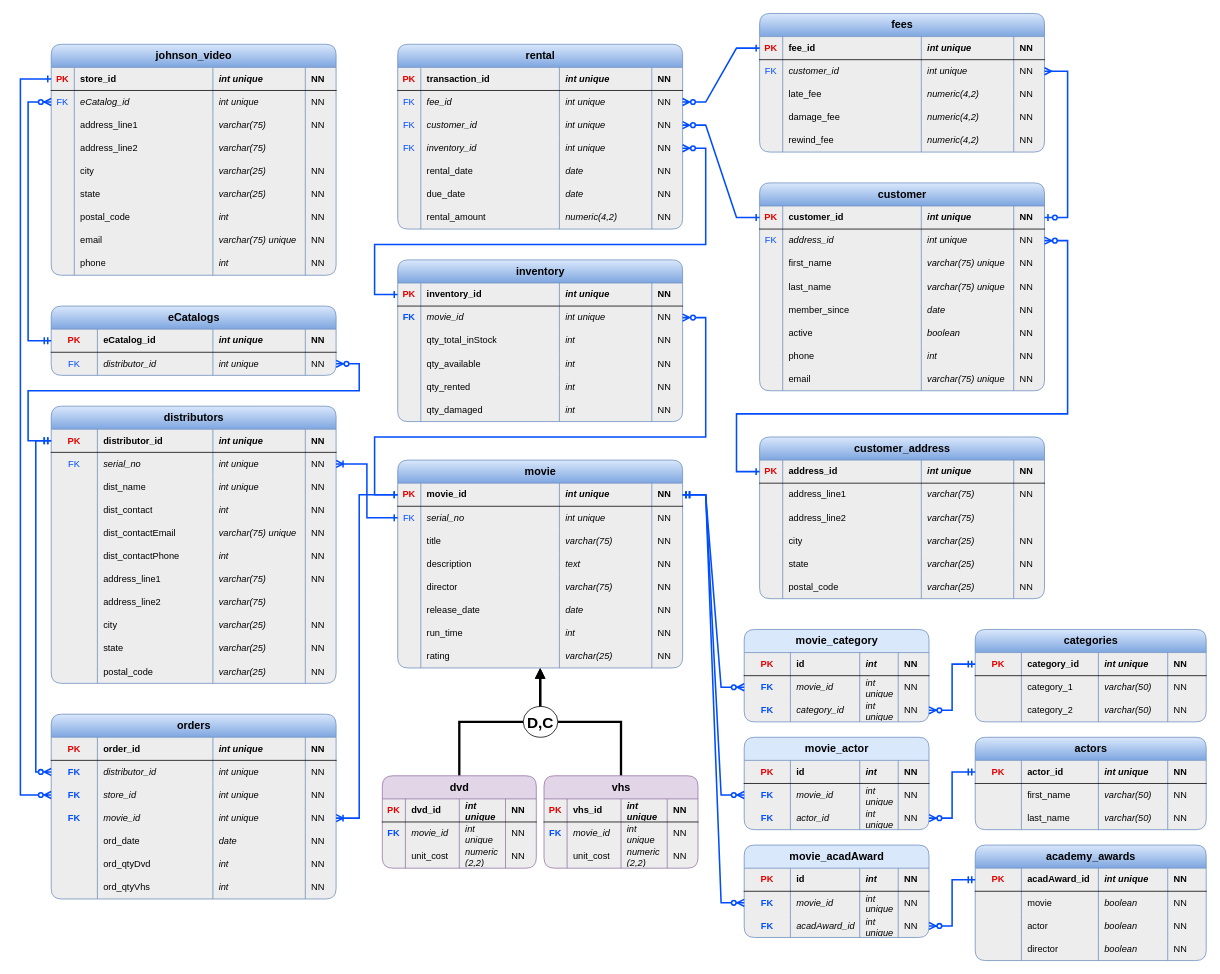
This is mis407-ct4-portfolio-milestone.drawio from argounova/draw-io, a draw.io file, before an edit. Source tidied: cells renumbered, new cells numbered last; positions are measured from the earlier drawing's top-left corner, leaving out a move shared by most shapes. Both pictures are drawn from the tidied source at 77%, with x=0, y=0 at pixel (20, 13).
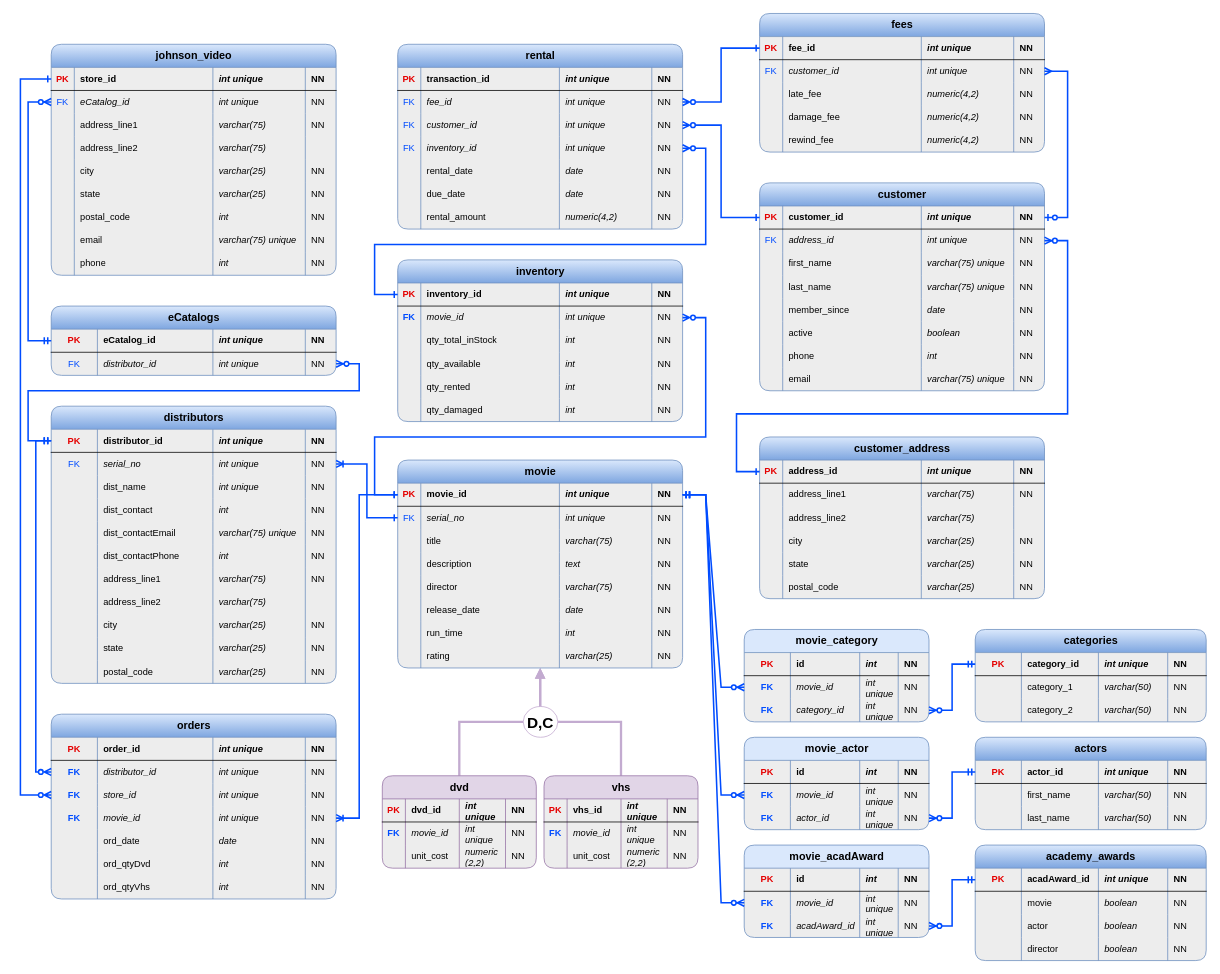
Above is the later version.

Unchanged cells that the change refers to:
```xml
<mxCell id="8" style="shape=tableRow;horizontal=0;startSize=0;swimlaneHead=0;swimlaneBody=0;fillColor=none;points=[[0,0.5],[1,0.5]];portConstraint=eastwest;top=0;left=0;right=0;bottom=0;" parent="2" vertex="1">
  <mxGeometry y="60" width="370" height="30" as="geometry" />
</mxCell>
<mxCell id="13" style="shape=tableRow;horizontal=0;startSize=0;swimlaneHead=0;swimlaneBody=0;fillColor=none;points=[[0,0.5],[1,0.5]];portConstraint=eastwest;top=0;left=0;right=0;bottom=0;" parent="2" vertex="1">
  <mxGeometry y="90" width="370" height="30" as="geometry" />
</mxCell>
<mxCell id="50" style="shape=tableRow;horizontal=0;startSize=0;swimlaneHead=0;swimlaneBody=0;fillColor=none;points=[[0,0.5],[1,0.5]];portConstraint=eastwest;top=0;left=0;right=0;bottom=1;" parent="49" vertex="1">
  <mxGeometry y="30" width="370" height="30" as="geometry" />
</mxCell>
<mxCell id="92" value="movie" style="shape=table;startSize=30;childLayout=tableLayout;rowLines=0;fontStyle=1;align=center;html=1;fontSize=14;fillColor=#dae8fc;gradientColor=#7ea6e0;strokeColor=#6c8ebf;swimlaneFillColor=#EDEDED;rounded=1;shadow=0;" parent="1" vertex="1">
  <mxGeometry x="490" y="580" width="370" height="270" as="geometry" />
</mxCell>
<mxCell id="190" value="dvd" style="shape=table;startSize=30;childLayout=tableLayout;rowLines=0;fontStyle=1;align=center;html=1;fontSize=14;fillColor=#e1d5e7;strokeColor=#9673a6;swimlaneFillColor=#EDEDED;rounded=1;shadow=0;" parent="1" vertex="1">
  <mxGeometry x="470" y="990" width="200" height="120" as="geometry" />
</mxCell>
<mxCell id="206" value="vhs" style="shape=table;startSize=30;childLayout=tableLayout;rowLines=0;fontStyle=1;align=center;html=1;fontSize=14;fillColor=#e1d5e7;strokeColor=#9673a6;swimlaneFillColor=#EDEDED;rounded=1;shadow=0;" parent="1" vertex="1">
  <mxGeometry x="680" y="990" width="200" height="120" as="geometry" />
</mxCell>
<mxCell id="397" style="shape=tableRow;horizontal=0;startSize=0;swimlaneHead=0;swimlaneBody=0;fillColor=none;points=[[0,0.5],[1,0.5]];portConstraint=eastwest;top=0;left=0;right=0;bottom=1;" parent="396" vertex="1">
  <mxGeometry y="30" width="370" height="30" as="geometry" />
</mxCell>
<mxCell id="402" style="shape=tableRow;horizontal=0;startSize=0;swimlaneHead=0;swimlaneBody=0;fillColor=none;points=[[0,0.5],[1,0.5]];portConstraint=eastwest;top=0;left=0;right=0;bottom=0;" parent="396" vertex="1">
  <mxGeometry y="60" width="370" height="30" as="geometry" />
</mxCell>
```

Diff of the diagram source:
```diff
@@
-    <mxCell id="90" style="edgeStyle=orthogonalEdgeStyle;rounded=0;jettySize=auto;html=1;entryX=0.5;entryY=0;entryDx=0;entryDy=0;strokeWidth=3;startArrow=block;startFill=1;endArrow=none;endFill=0;" parent="1" edge="1" source="92" target="190">
+    <mxCell id="90" style="edgeStyle=orthogonalEdgeStyle;rounded=0;jettySize=auto;html=1;entryX=0.5;entryY=0;entryDx=0;entryDy=0;strokeWidth=3;startArrow=block;startFill=1;endArrow=none;endFill=0;strokeColor=#C3ABD0;" parent="1" edge="1" source="92" target="190">
       <mxGeometry relative="1" as="geometry" />
     </mxCell>
-    <mxCell id="91" style="edgeStyle=orthogonalEdgeStyle;rounded=0;jettySize=auto;html=1;entryX=0.5;entryY=0;entryDx=0;entryDy=0;startArrow=block;startFill=1;endArrow=none;endFill=0;strokeWidth=3;" parent="1" edge="1" source="92" target="206">
+    <mxCell id="91" style="edgeStyle=orthogonalEdgeStyle;rounded=0;jettySize=auto;html=1;entryX=0.5;entryY=0;entryDx=0;entryDy=0;startArrow=block;startFill=1;endArrow=none;endFill=0;strokeWidth=3;strokeColor=#C3ABD0;" parent="1" edge="1" source="92" target="206">
       <mxGeometry relative="1" as="geometry" />
     </mxCell>
@@
-    <mxCell id="222" value="&lt;b&gt;&lt;font style=&quot;font-size: 20px;&quot;&gt;D,C&lt;/font&gt;&lt;/b&gt;" style="ellipse;whiteSpace=wrap;html=1;align=center;" parent="1" vertex="1">
+    <mxCell id="222" value="&lt;b&gt;&lt;font style=&quot;font-size: 20px;&quot;&gt;D,C&lt;/font&gt;&lt;/b&gt;" style="ellipse;whiteSpace=wrap;html=1;align=center;strokeColor=#C3ABD0;" parent="1" vertex="1">
       <mxGeometry x="653" y="900" width="45" height="40" as="geometry" />
     </mxCell>
@@
-    <mxCell id="363" style="edgeStyle=entityRelationEdgeStyle;fontSize=12;html=1;endArrow=ERone;endFill=1;rounded=0;strokeWidth=2;strokeColor=#004CFF;entryX=0;entryY=0.5;entryDx=0;entryDy=0;exitX=1;exitY=0.5;exitDx=0;exitDy=0;startArrow=ERzeroToMany;startFill=0;" parent="1" edge="1" source="13" target="50">
+    <mxCell id="363" style="edgeStyle=orthogonalEdgeStyle;fontSize=12;html=1;endArrow=ERone;endFill=1;rounded=0;strokeWidth=2;strokeColor=#004CFF;entryX=0;entryY=0.5;entryDx=0;entryDy=0;exitX=1;exitY=0.5;exitDx=0;exitDy=0;startArrow=ERzeroToMany;startFill=0;" parent="1" edge="1" source="13" target="50">
       <mxGeometry relative="1" as="geometry" />
     </mxCell>
@@
-    <mxCell id="422" style="edgeStyle=entityRelationEdgeStyle;fontSize=12;html=1;endArrow=ERone;endFill=1;rounded=0;strokeWidth=2;strokeColor=#004CFF;entryX=0;entryY=0.5;entryDx=0;entryDy=0;exitX=1;exitY=0.5;exitDx=0;exitDy=0;startArrow=ERzeroToMany;startFill=0;" parent="1" edge="1" source="8" target="397">
+    <mxCell id="422" style="edgeStyle=orthogonalEdgeStyle;fontSize=12;html=1;endArrow=ERone;endFill=1;rounded=0;strokeWidth=2;strokeColor=#004CFF;entryX=0;entryY=0.5;entryDx=0;entryDy=0;exitX=1;exitY=0.5;exitDx=0;exitDy=0;startArrow=ERzeroToMany;startFill=0;" parent="1" edge="1" source="8" target="397">
       <mxGeometry relative="1" as="geometry" />
     </mxCell>
-    <mxCell id="423" style="edgeStyle=entityRelationEdgeStyle;fontSize=12;html=1;endArrow=ERmany;endFill=0;rounded=0;strokeWidth=2;strokeColor=#004CFF;entryX=1;entryY=0.5;entryDx=0;entryDy=0;exitX=1;exitY=0.5;exitDx=0;exitDy=0;startArrow=ERzeroToOne;startFill=0;" parent="1" edge="1" source="50" target="402">
-      <mxGeometry relative="1" as="geometry" />
+    <mxCell id="423" style="edgeStyle=orthogonalEdgeStyle;fontSize=12;html=1;endArrow=ERmany;endFill=0;rounded=0;strokeWidth=2;strokeColor=#004CFF;entryX=1;entryY=0.5;entryDx=0;entryDy=0;exitX=1;exitY=0.5;exitDx=0;exitDy=0;startArrow=ERzeroToOne;startFill=0;" parent="1" edge="1" source="50" target="402">
+      <mxGeometry relative="1" as="geometry">
+        <Array as="points">
+          <mxPoint x="1360" y="265" />
+          <mxPoint x="1360" y="75" />
+        </Array>
+      </mxGeometry>
     </mxCell>
```
